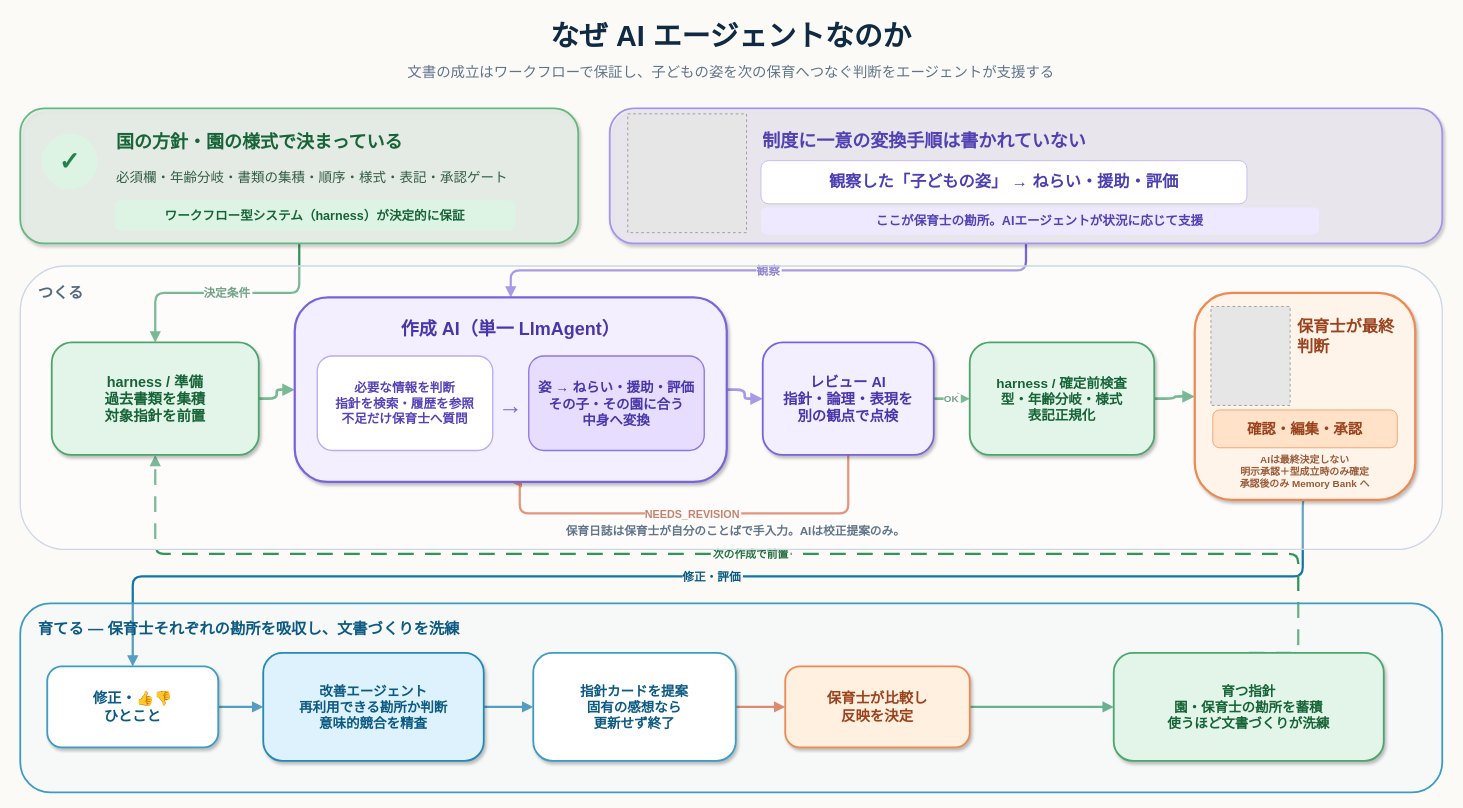
Earlier version of the draw.io diagram docs/agent-workflow.drawio (soichiGogo/hoiku-agent). Source tidied: cells renumbered, new cells numbered last; positions are measured from the earlier drawing's top-left corner, leaving out a move shared by most shapes. Both pictures are drawn from the tidied source at 90%, with x=0, y=0 at pixel (20, 15). Pictures stored in the file or linked from it are replaced by grey dashed boxes.
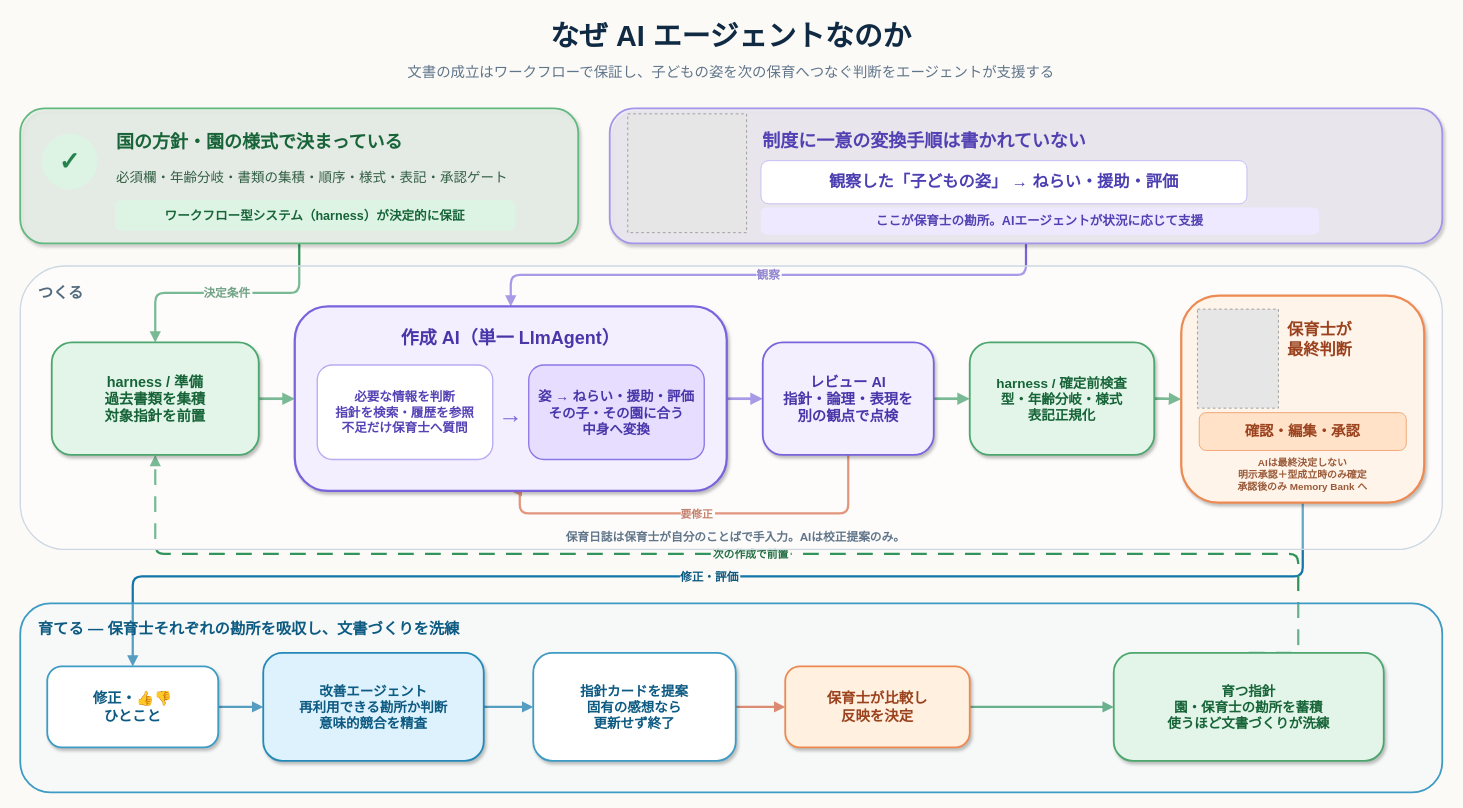
After the change.

Commit message (it also covers changes not shown here):
README図解の配線と文字階層を調整

The change refers to these unchanged cells:
```xml
<mxCell id="34" value="レビュー AI&#10;指針・論理・表現を&#10;別の観点で点検" style="rounded=1;whiteSpace=wrap;html=0;fillColor=#F3EFFF;strokeColor=#7A63DD;strokeWidth=2;shadow=1;arcSize=18;fontColor=#4937AA;fontSize=16;fontStyle=1;fontFamily=Helvetica;" parent="1" vertex="1">
  <mxGeometry x="825" y="363" width="190" height="125" as="geometry" />
</mxCell>
<mxCell id="35" value="harness / 確定前検査&#10;型・年齢分岐・様式&#10;表記正規化" style="rounded=1;whiteSpace=wrap;html=0;fillColor=#E3F5E9;strokeColor=#4CA66D;strokeWidth=2;shadow=1;arcSize=18;fontColor=#176438;fontSize=15;fontStyle=1;fontFamily=Helvetica;" parent="1" vertex="1">
  <mxGeometry x="1055" y="363" width="205" height="125" as="geometry" />
</mxCell>
```

The edit, as a diff of the source:
```diff
@@
-    <mxCell id="6" value="OK" style="edgeStyle=orthogonalEdgeStyle;rounded=1;html=0;endArrow=block;endFill=1;strokeWidth=3;strokeColor=#31945C;fontColor=#247044;fontSize=11;fontStyle=1;fontFamily=Helvetica;labelBackgroundColor=#FFFFFF;exitX=1;exitY=0.5;entryX=0;entryY=0.5;" parent="1" edge="1" source="34" target="35">
+    <mxCell id="6" style="edgeStyle=orthogonalEdgeStyle;rounded=1;html=0;endArrow=block;endFill=1;strokeWidth=3;strokeColor=#31945C;fontColor=#247044;fontSize=11;fontStyle=1;fontFamily=Helvetica;labelBackgroundColor=#FFFFFF;exitX=1;exitY=0.5;entryX=0;entryY=0.5;" parent="1" edge="1" source="34" target="35">
       <mxGeometry relative="1" as="geometry" />
     </mxCell>
@@
-    <mxCell id="8" value="NEEDS_REVISION" style="edgeStyle=orthogonalEdgeStyle;rounded=1;html=0;endArrow=block;endFill=1;strokeWidth=2.5;strokeColor=#D45D38;fontColor=#A53E22;fontSize=12;fontStyle=1;fontFamily=Helvetica;labelBackgroundColor=#FBFAF7;exitX=0.5;exitY=1;entryX=0.5;entryY=1;" parent="1" edge="1" source="34" target="29">
+    <mxCell id="8" value="要修正" style="edgeStyle=orthogonalEdgeStyle;rounded=1;html=0;endArrow=block;endFill=1;strokeWidth=2.5;strokeColor=#D45D38;fontColor=#A53E22;fontSize=12;fontStyle=1;fontFamily=Helvetica;labelBackgroundColor=#FBFAF7;exitX=0.5;exitY=1;entryX=0.5;entryY=1;" parent="1" edge="1" source="34" target="29">
       <mxGeometry relative="1" as="geometry">
         <Array as="points">
           <mxPoint x="920" y="553" />
           <mxPoint x="555" y="553" />
         </Array>
       </mxGeometry>
     </mxCell>
@@
     <mxCell id="29" style="rounded=1;whiteSpace=wrap;html=0;fillColor=#F3EFFF;strokeColor=#7A63DD;strokeWidth=2.5;shadow=1;arcSize=18;fontFamily=Helvetica;" parent="1" vertex="1">
-      <mxGeometry x="305" y="313" width="480" height="205" as="geometry" />
+      <mxGeometry x="305" y="323" width="480" height="205" as="geometry" />
     </mxCell>
@@
     <mxCell id="36" style="rounded=1;whiteSpace=wrap;html=0;fillColor=#FFF4E9;strokeColor=#ED8A52;strokeWidth=2.5;shadow=1;arcSize=18;fontFamily=Helvetica;" parent="1" vertex="1">
-      <mxGeometry x="1305" y="308" width="245" height="230" as="geometry" />
+      <mxGeometry x="1290" y="311" width="270" height="230" as="geometry" />
     </mxCell>
     <mxCell id="37" style="fillColor=#E6E6E6;strokeColor=#999999;dashed=1;html=0;fontFamily=Helvetica;" parent="36" vertex="1">
-      <mxGeometry x="18" y="15" width="88" height="110" as="geometry" />
+      <mxGeometry x="18" y="15" width="90" height="110" as="geometry" />
     </mxCell>
-    <mxCell id="38" value="保育士が最終判断" style="text;html=0;strokeColor=none;fillColor=none;align=left;verticalAlign=middle;whiteSpace=wrap;fontColor=#9B431F;fontSize=18;fontStyle=1;fontFamily=Helvetica;" parent="36" vertex="1">
-      <mxGeometry x="112" y="24" width="118" height="50" as="geometry" />
+    <mxCell id="38" value="保育士が&#10;最終判断" style="text;html=0;strokeColor=none;fillColor=none;align=left;verticalAlign=middle;whiteSpace=wrap;fontColor=#9B431F;fontSize=18;fontStyle=1;fontFamily=Helvetica;" parent="36" vertex="1">
+      <mxGeometry x="116" y="24" width="140" height="50" as="geometry" />
     </mxCell>
     <mxCell id="39" value="確認・編集・承認" style="rounded=1;whiteSpace=wrap;html=0;fillColor=#FFE2C8;strokeColor=#F1A16F;strokeWidth=1;arcSize=18;fontColor=#9B431F;fontSize=16;fontStyle=1;fontFamily=Helvetica;" parent="36" vertex="1">
-      <mxGeometry x="20" y="130" width="205" height="42" as="geometry" />
+      <mxGeometry x="20" y="130" width="230" height="42" as="geometry" />
     </mxCell>
     <mxCell id="40" value="AIは最終決定しない&#10;明示承認＋型成立時のみ確定&#10;承認後のみ Memory Bank へ" style="text;html=0;strokeColor=none;fillColor=none;align=center;verticalAlign=middle;whiteSpace=wrap;fontColor=#9A5A39;fontSize=11;fontStyle=1;fontFamily=Helvetica;" parent="36" vertex="1">
-      <mxGeometry x="18" y="177" width="209" height="43" as="geometry" />
+      <mxGeometry x="18" y="177" width="234" height="43" as="geometry" />
     </mxCell>
     <mxCell id="41" value="保育日誌は保育士が自分のことばで手入力。AIは校正提案のみ。" style="text;html=0;strokeColor=none;fillColor=none;align=center;verticalAlign=middle;whiteSpace=wrap;fontColor=#60758A;fontSize=13;fontStyle=1;fontFamily=Helvetica;" parent="1" vertex="1">
-      <mxGeometry x="435" y="560" width="720" height="25" as="geometry" />
+      <mxGeometry x="435" y="568" width="720" height="22" as="geometry" />
     </mxCell>
```
